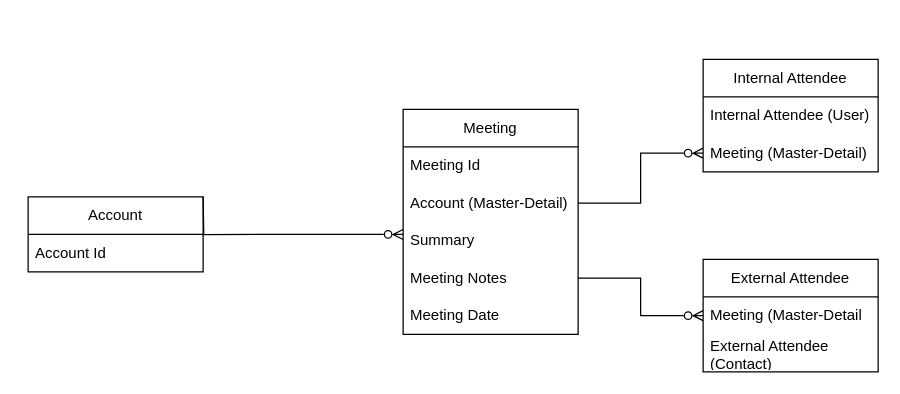
This is Untitled Diagram.drawio from alexfuoc/AccountMeeting, a draw.io file, before an edit. Source tidied: cells renumbered, new cells numbered last; positions are measured from the earlier drawing's top-left corner, leaving out a move shared by most shapes. Both pictures are drawn from the tidied source at 125%, with x=0, y=0 at pixel (28, 59).
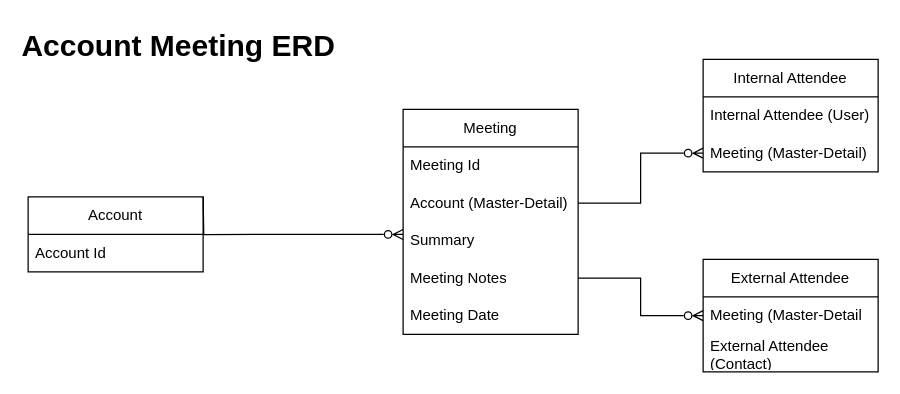
The same page after the edit.

What changed in the source:
```diff
@@
+    <mxCell id="19" value="&lt;div&gt;Account Meeting ERD&lt;/div&gt;" style="text;strokeColor=none;fillColor=none;html=1;fontSize=24;fontStyle=1;verticalAlign=middle;align=center;" parent="1" vertex="1">
+      <mxGeometry x="70" y="-30" width="100" height="40" as="geometry" />
+    </mxCell>
```
